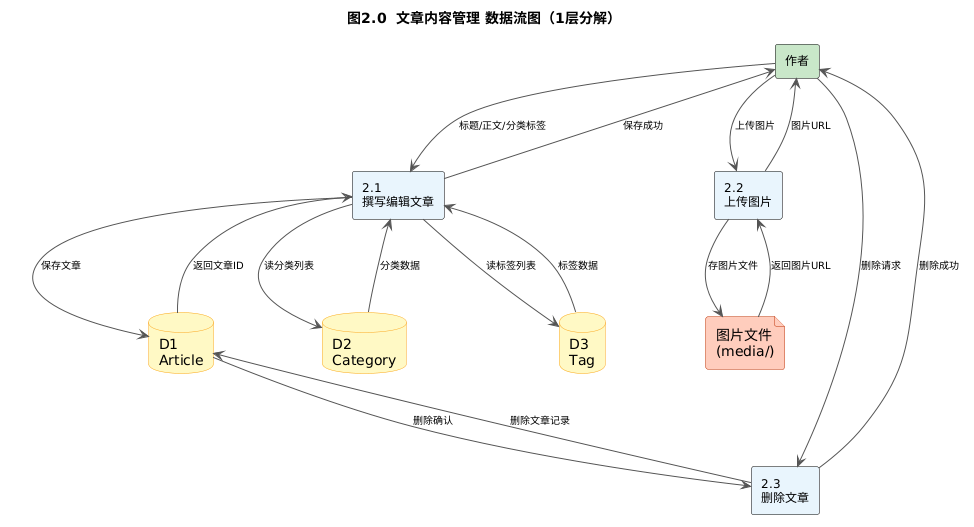
Above: doc/素材/纪秀茹/DFD-2文章内容管理.png in xiongyuanhao0525-bot/Class3-Group4 (PlantUML), before the change.
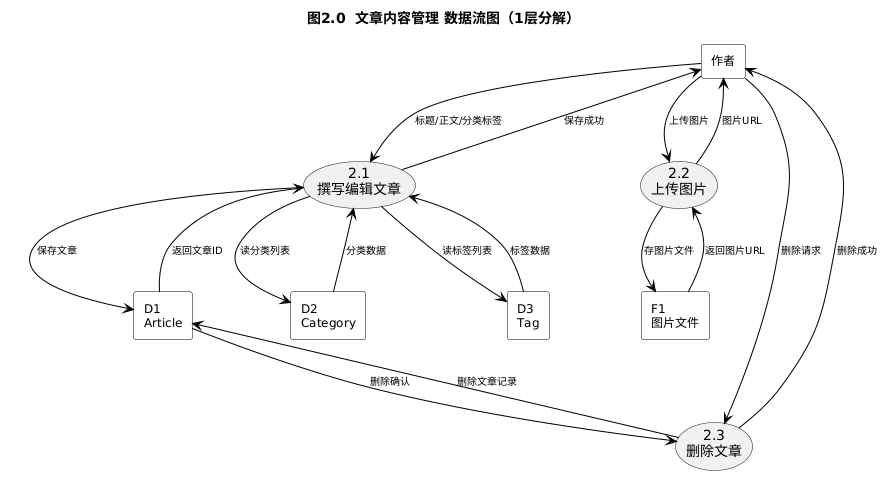
After the commit.

Diff of the diagram source:
```diff
@@ -1,34 +1,26 @@
 @startuml
 skinparam defaultFontName "Microsoft YaHei"
-skinparam nodesep 60
-skinparam ranksep 80
+skinparam nodesep 50
+skinparam ranksep 70
 skinparam rectangle {
-  BackgroundColor #FEFEFE
+  BackgroundColor white
   BorderColor black
   FontSize 12
 }
-skinparam database {
-  BackgroundColor #FFF9C4
-  BorderColor #F9A825
-}
-skinparam file {
-  BackgroundColor #FFCCBC
-  BorderColor #BF360C
-}
 skinparam ArrowFontSize 10
-skinparam ArrowColor #555555
+skinparam ArrowColor black
 title 图2.0  文章内容管理 数据流图（1层分解）
 
-rectangle "作者" as E2 #C8E6C9
+rectangle "作者" as E2
 
-rectangle "2.1\n撰写编辑文章" as P21 #E8F4FD
-rectangle "2.2\n上传图片" as P22 #E8F4FD
-rectangle "2.3\n删除文章" as P23 #E8F4FD
+usecase "2.1\n撰写编辑文章" as P21
+usecase "2.2\n上传图片" as P22
+usecase "2.3\n删除文章" as P23
 
-database "D1\nArticle" as D1 #FFF9C4
-database "D2\nCategory" as D2 #FFF9C4
-database "D3\nTag" as D3 #FFF9C4
-file "图片文件\n(media/)" as F1 #FFCCBC
+rectangle "D1\nArticle" as D1
+rectangle "D2\nCategory" as D2
+rectangle "D3\nTag" as D3
+rectangle "F1\n图片文件" as F1
 
 E2 --> P21 : 标题/正文/分类标签
 P21 --> D2 : 读分类列表
```
